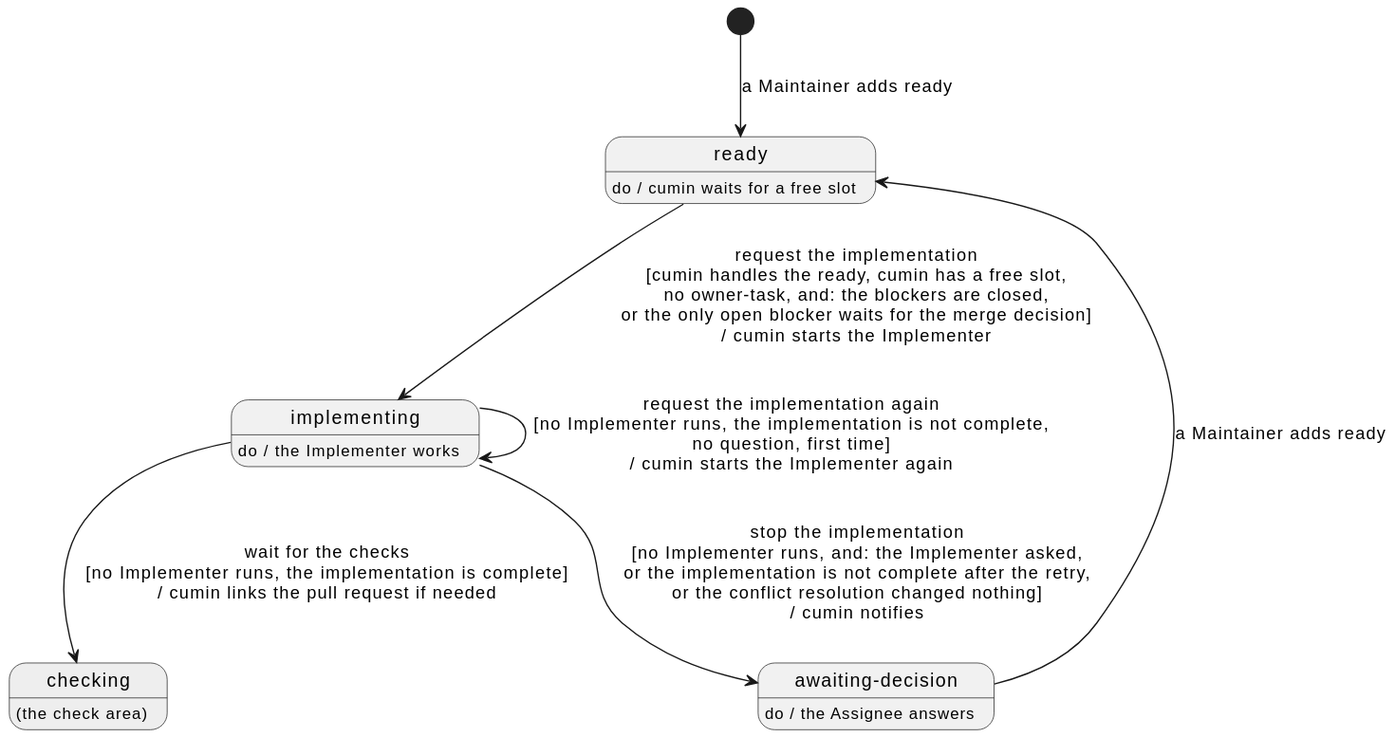
Before: docs/ja/requirements/impl/overview.svg, a diagram exported from PlantUML (cloveclovedev/cumin-works).
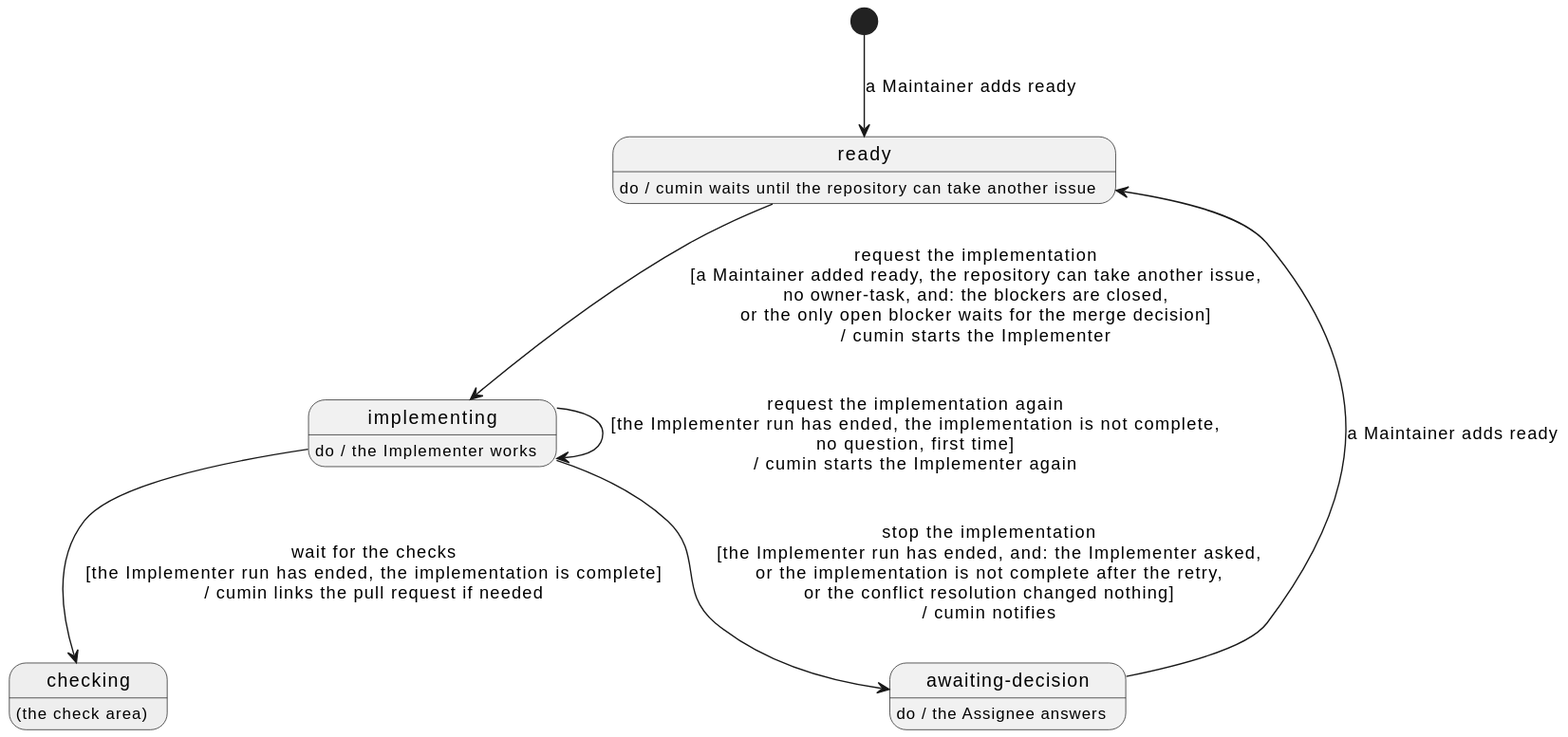
Later version of the same file.

The edit, as a diff of the source:
```diff
@@ -3,7 +3,7 @@
 hide empty description
 
 state "ready" as Ready
-Ready : do / cumin waits for a free slot
+Ready : do / cumin waits until the repository can take another issue
 
 state "implementing" as Implementing
 Implementing : do / the Implementer works
@@ -15,9 +15,9 @@
 Decision : do / the Assignee answers
 
 [*] --> Ready : a Maintainer adds ready
-Ready --> Implementing : request the implementation\n[cumin handles the ready, cumin has a free slot,\nno owner-task, and: the blockers are closed,\nor the only open blocker waits for the merge decision]\n/ cumin starts the Implementer
-Implementing --> Checking : wait for the checks\n[no Implementer runs, the implementation is complete]\n/ cumin links the pull request if needed
-Implementing --> Implementing : request the implementation again\n[no Implementer runs, the implementation is not complete,\nno question, first time]\n/ cumin starts the Implementer again
-Implementing --> Decision : stop the implementation\n[no Implementer runs, and: the Implementer asked,\nor the implementation is not complete after the retry,\nor the conflict resolution changed nothing]\n/ cumin notifies
+Ready --> Implementing : request the implementation\n[a Maintainer added ready, the repository can take another issue,\nno owner-task, and: the blockers are closed,\nor the only open blocker waits for the merge decision]\n/ cumin starts the Implementer
+Implementing --> Checking : wait for the checks\n[the Implementer run has ended, the implementation is complete]\n/ cumin links the pull request if needed
+Implementing --> Implementing : request the implementation again\n[the Implementer run has ended, the implementation is not complete,\nno question, first time]\n/ cumin starts the Implementer again
+Implementing --> Decision : stop the implementation\n[the Implementer run has ended, and: the Implementer asked,\nor the implementation is not complete after the retry,\nor the conflict resolution changed nothing]\n/ cumin notifies
 Decision --> Ready : a Maintainer adds ready
 @enduml
```
